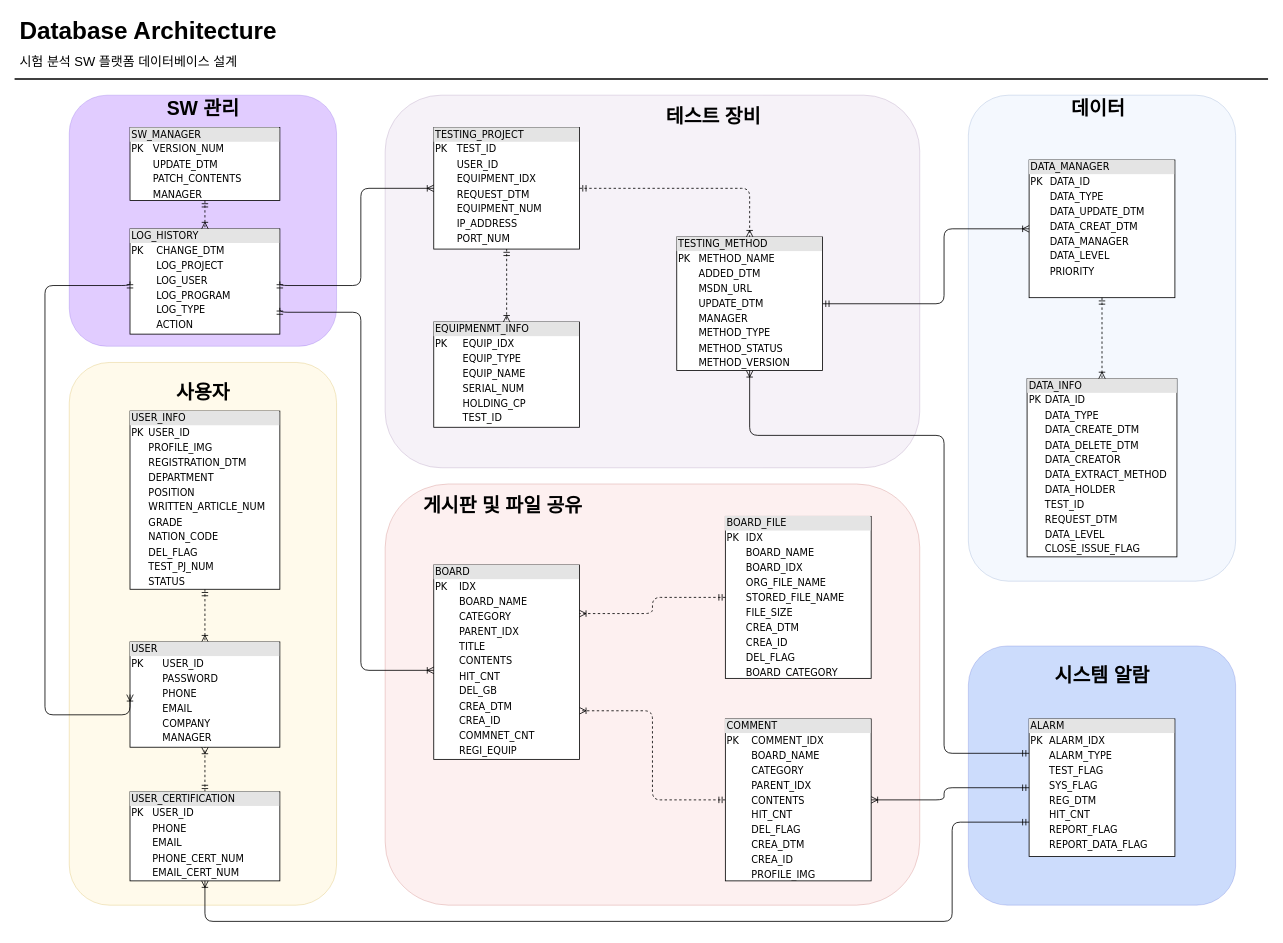
Before: DB_architecture.drawio in penzance-jshan/test, a draw.io diagram. Source tidied: cells renumbered, new cells numbered last; positions are measured from the earlier drawing's top-left corner, leaving out a move shared by most shapes. Both pictures are drawn from the tidied source at 81%, with x=0, y=0 at pixel (14, 14).
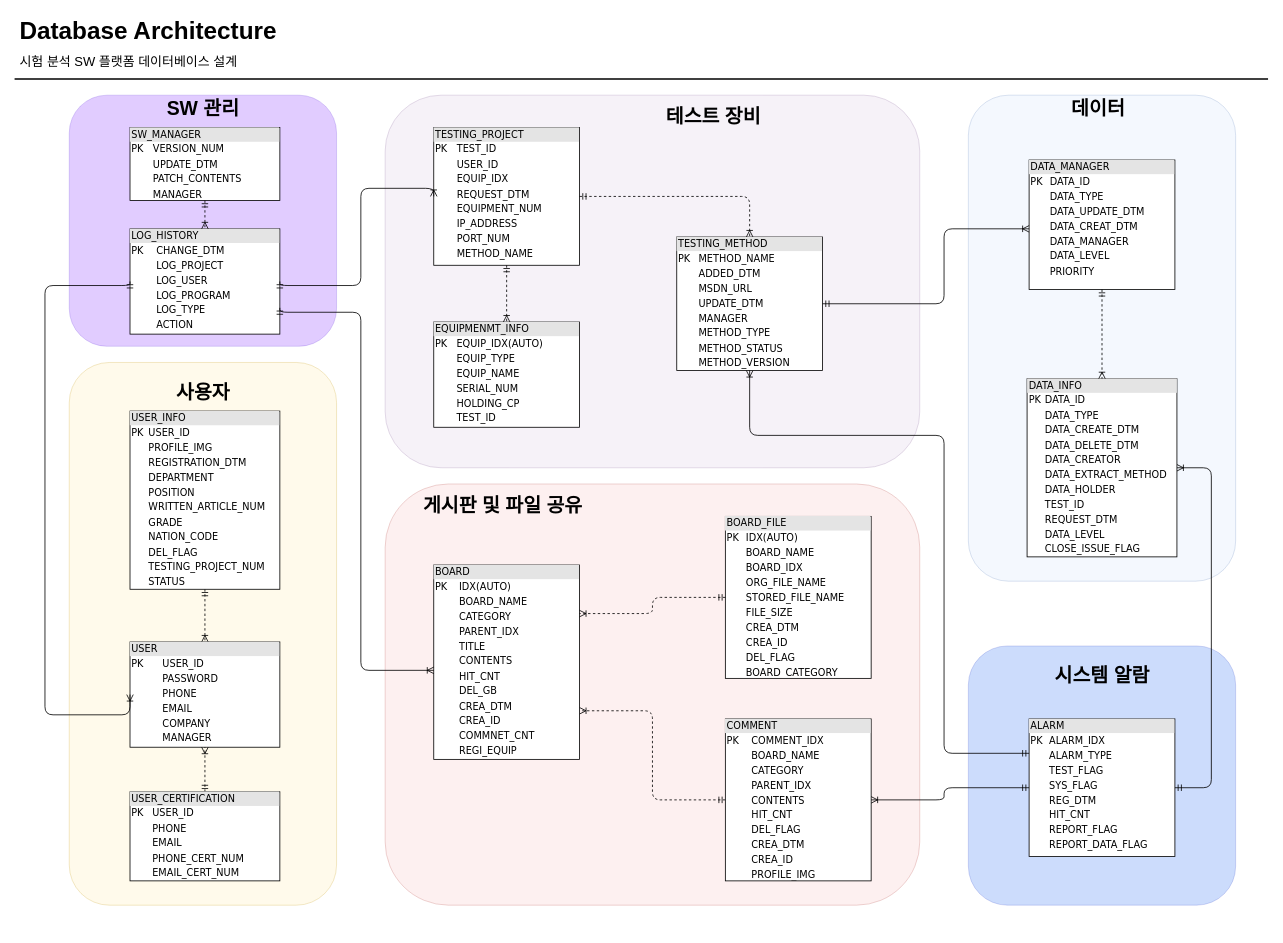
After the change.

The change refers to these unchanged cells:
```xml
<mxCell id="20" value="&lt;div style=&quot;box-sizing: border-box ; width: 100% ; background: #e4e4e4 ; padding: 2px&quot;&gt;USER_CERTIFICATION&lt;/div&gt;&lt;table style=&quot;width: 100% ; font-size: 1em&quot; cellpadding=&quot;2&quot; cellspacing=&quot;0&quot;&gt;&lt;tbody&gt;&lt;tr&gt;&lt;td&gt;PK&lt;/td&gt;&lt;td&gt;USER_ID&lt;/td&gt;&lt;/tr&gt;&lt;tr&gt;&lt;td&gt;&lt;br&gt;&lt;/td&gt;&lt;td&gt;PHONE&lt;/td&gt;&lt;/tr&gt;&lt;tr&gt;&lt;td&gt;&lt;br&gt;&lt;/td&gt;&lt;td&gt;EMAIL&lt;/td&gt;&lt;/tr&gt;&lt;tr&gt;&lt;td&gt;&lt;br&gt;&lt;/td&gt;&lt;td&gt;PHONE_CERT_NUM&lt;br&gt;&lt;/td&gt;&lt;/tr&gt;&lt;tr&gt;&lt;td&gt;&lt;br&gt;&lt;/td&gt;&lt;td&gt;EMAIL_CERT_NUM&lt;br&gt;&lt;/td&gt;&lt;/tr&gt;&lt;tr&gt;&lt;td&gt;&lt;/td&gt;&lt;td&gt;&lt;/td&gt;&lt;/tr&gt;&lt;/tbody&gt;&lt;/table&gt;" style="verticalAlign=top;align=left;overflow=fill;html=1;rounded=0;shadow=0;comic=0;labelBackgroundColor=none;strokeWidth=1;fontFamily=Verdana;fontSize=12;" parent="1" vertex="1">
  <mxGeometry x="143" y="960" width="185" height="110" as="geometry" />
</mxCell>
<mxCell id="40" value="&lt;div style=&quot;box-sizing: border-box ; width: 100% ; background: #e4e4e4 ; padding: 2px&quot;&gt;ALARM&lt;/div&gt;&lt;table style=&quot;width: 100% ; font-size: 1em&quot; cellpadding=&quot;2&quot; cellspacing=&quot;0&quot;&gt;&lt;tbody&gt;&lt;tr&gt;&lt;td&gt;PK&lt;/td&gt;&lt;td&gt;ALARM_IDX&lt;/td&gt;&lt;td&gt;&lt;br&gt;&lt;/td&gt;&lt;/tr&gt;&lt;tr&gt;&lt;td&gt;&lt;br&gt;&lt;/td&gt;&lt;td&gt;ALARM_TYPE&lt;br&gt;&lt;/td&gt;&lt;td&gt;&lt;br&gt;&lt;/td&gt;&lt;/tr&gt;&lt;tr&gt;&lt;td&gt;&lt;br&gt;&lt;/td&gt;&lt;td&gt;TEST_FLAG&lt;/td&gt;&lt;td&gt;&lt;br&gt;&lt;/td&gt;&lt;/tr&gt;&lt;tr&gt;&lt;td&gt;&lt;br&gt;&lt;/td&gt;&lt;td&gt;SYS_FLAG&lt;br&gt;&lt;/td&gt;&lt;td&gt;&lt;br&gt;&lt;/td&gt;&lt;/tr&gt;&lt;tr&gt;&lt;td&gt;&lt;br&gt;&lt;/td&gt;&lt;td&gt;REG_DTM&lt;br&gt;&lt;/td&gt;&lt;td&gt;&lt;br&gt;&lt;/td&gt;&lt;/tr&gt;&lt;tr&gt;&lt;td&gt;&lt;br&gt;&lt;/td&gt;&lt;td&gt;HIT_CNT&lt;br&gt;&lt;/td&gt;&lt;td&gt;&lt;br&gt;&lt;/td&gt;&lt;/tr&gt;&lt;tr&gt;&lt;td&gt;&lt;br&gt;&lt;/td&gt;&lt;td&gt;REPORT_FLAG&lt;br&gt;&lt;/td&gt;&lt;td&gt;&lt;br&gt;&lt;/td&gt;&lt;/tr&gt;&lt;tr&gt;&lt;td&gt;&lt;br&gt;&lt;/td&gt;&lt;td&gt;REPORT_DATA_FLAG&lt;br&gt;&lt;/td&gt;&lt;td&gt;&lt;br&gt;&lt;/td&gt;&lt;/tr&gt;&lt;/tbody&gt;&lt;/table&gt;" style="verticalAlign=top;align=left;overflow=fill;html=1;rounded=0;shadow=0;comic=0;labelBackgroundColor=none;strokeWidth=1;fontFamily=Verdana;fontSize=12;" parent="1" vertex="1">
  <mxGeometry x="1253" y="870" width="180" height="170" as="geometry" />
</mxCell>
<mxCell id="44" value="&lt;div style=&quot;box-sizing: border-box ; width: 100% ; background: #e4e4e4 ; padding: 2px&quot;&gt;DATA_INFO&lt;/div&gt;&lt;table style=&quot;width: 100% ; font-size: 1em&quot; cellpadding=&quot;2&quot; cellspacing=&quot;0&quot;&gt;&lt;tbody&gt;&lt;tr&gt;&lt;td&gt;PK&lt;/td&gt;&lt;td&gt;DATA_ID&lt;/td&gt;&lt;td&gt;&lt;br&gt;&lt;/td&gt;&lt;/tr&gt;&lt;tr&gt;&lt;td&gt;&lt;br&gt;&lt;/td&gt;&lt;td&gt;DATA_TYPE&lt;br&gt;&lt;/td&gt;&lt;td&gt;&lt;br&gt;&lt;/td&gt;&lt;/tr&gt;&lt;tr&gt;&lt;td&gt;&lt;br&gt;&lt;/td&gt;&lt;td&gt;DATA_CREATE_DTM&lt;/td&gt;&lt;td&gt;&lt;br&gt;&lt;/td&gt;&lt;/tr&gt;&lt;tr&gt;&lt;td&gt;&lt;br&gt;&lt;/td&gt;&lt;td&gt;DATA_DELETE_DTM&lt;br&gt;&lt;/td&gt;&lt;td&gt;&lt;br&gt;&lt;/td&gt;&lt;/tr&gt;&lt;tr&gt;&lt;td&gt;&lt;br&gt;&lt;/td&gt;&lt;td&gt;DATA_CREATOR&lt;br&gt;&lt;/td&gt;&lt;td&gt;&lt;br&gt;&lt;/td&gt;&lt;/tr&gt;&lt;tr&gt;&lt;td&gt;&lt;br&gt;&lt;/td&gt;&lt;td&gt;DATA_EXTRACT_METHOD&lt;br&gt;&lt;/td&gt;&lt;td&gt;&lt;br&gt;&lt;/td&gt;&lt;/tr&gt;&lt;tr&gt;&lt;td&gt;&lt;br&gt;&lt;/td&gt;&lt;td&gt;DATA_HOLDER&lt;br&gt;&lt;/td&gt;&lt;td&gt;&lt;br&gt;&lt;/td&gt;&lt;/tr&gt;&lt;tr&gt;&lt;td&gt;&lt;br&gt;&lt;/td&gt;&lt;td&gt;TEST_ID&lt;/td&gt;&lt;td&gt;&lt;br&gt;&lt;/td&gt;&lt;/tr&gt;&lt;tr&gt;&lt;td&gt;&lt;br&gt;&lt;/td&gt;&lt;td&gt;REQUEST_DTM&lt;/td&gt;&lt;td&gt;&lt;br&gt;&lt;/td&gt;&lt;/tr&gt;&lt;tr&gt;&lt;td&gt;&lt;br&gt;&lt;/td&gt;&lt;td&gt;DATA_LEVEL&lt;/td&gt;&lt;td&gt;&lt;/td&gt;&lt;/tr&gt;&lt;tr&gt;&lt;td&gt;&lt;br&gt;&lt;/td&gt;&lt;td&gt;CLOSE_ISSUE_FLAG&lt;/td&gt;&lt;td&gt;&lt;br&gt;&lt;/td&gt;&lt;/tr&gt;&lt;/tbody&gt;&lt;/table&gt;" style="verticalAlign=top;align=left;overflow=fill;html=1;rounded=0;shadow=0;comic=0;labelBackgroundColor=none;strokeWidth=1;fontFamily=Verdana;fontSize=12;" parent="1" vertex="1">
  <mxGeometry x="1250.5" y="450" width="185" height="220" as="geometry" />
</mxCell>
```

What changed in the source:
```diff
@@
-    <mxCell id="5" value="&lt;div style=&quot;box-sizing: border-box ; width: 100% ; background: #e4e4e4 ; padding: 2px&quot;&gt;TESTING_PROJECT&lt;/div&gt;&lt;table style=&quot;width: 100% ; font-size: 1em&quot; cellpadding=&quot;2&quot; cellspacing=&quot;0&quot;&gt;&lt;tbody&gt;&lt;tr&gt;&lt;td&gt;PK&lt;/td&gt;&lt;td&gt;TEST_ID&lt;/td&gt;&lt;/tr&gt;&lt;tr&gt;&lt;td&gt;&lt;br&gt;&lt;/td&gt;&lt;td&gt;USER_ID&lt;/td&gt;&lt;/tr&gt;&lt;tr&gt;&lt;td&gt;&lt;br&gt;&lt;/td&gt;&lt;td&gt;EQUIPMENT_IDX&lt;/td&gt;&lt;/tr&gt;&lt;tr&gt;&lt;td&gt;&lt;br&gt;&lt;/td&gt;&lt;td&gt;REQUEST_DTM&lt;br&gt;&lt;/td&gt;&lt;/tr&gt;&lt;tr&gt;&lt;td&gt;&lt;/td&gt;&lt;td&gt;EQUIPMENT_NUM&lt;br&gt;&lt;/td&gt;&lt;/tr&gt;&lt;tr&gt;&lt;td&gt;&lt;br&gt;&lt;/td&gt;&lt;td&gt;IP_ADDRESS&lt;br&gt;&lt;/td&gt;&lt;/tr&gt;&lt;tr&gt;&lt;td&gt;&lt;br&gt;&lt;/td&gt;&lt;td&gt;PORT_NUM&lt;br&gt;&lt;/td&gt;&lt;/tr&gt;&lt;/tbody&gt;&lt;/table&gt;" style="verticalAlign=top;align=left;overflow=fill;html=1;rounded=0;shadow=0;comic=0;labelBackgroundColor=none;strokeWidth=1;fontFamily=Verdana;fontSize=12;" parent="1" vertex="1">
-      <mxGeometry x="518" y="140" width="180" height="150" as="geometry" />
+    <mxCell id="5" value="&lt;div style=&quot;box-sizing: border-box ; width: 100% ; background: #e4e4e4 ; padding: 2px&quot;&gt;TESTING_PROJECT&lt;/div&gt;&lt;table style=&quot;width: 100% ; font-size: 1em&quot; cellpadding=&quot;2&quot; cellspacing=&quot;0&quot;&gt;&lt;tbody&gt;&lt;tr&gt;&lt;td&gt;PK&lt;/td&gt;&lt;td&gt;TEST_ID&lt;/td&gt;&lt;/tr&gt;&lt;tr&gt;&lt;td&gt;&lt;br&gt;&lt;/td&gt;&lt;td&gt;USER_ID&lt;/td&gt;&lt;/tr&gt;&lt;tr&gt;&lt;td&gt;&lt;br&gt;&lt;/td&gt;&lt;td&gt;EQUIP_IDX&lt;/td&gt;&lt;/tr&gt;&lt;tr&gt;&lt;td&gt;&lt;br&gt;&lt;/td&gt;&lt;td&gt;REQUEST_DTM&lt;br&gt;&lt;/td&gt;&lt;/tr&gt;&lt;tr&gt;&lt;td&gt;&lt;/td&gt;&lt;td&gt;EQUIPMENT_NUM&lt;br&gt;&lt;/td&gt;&lt;/tr&gt;&lt;tr&gt;&lt;td&gt;&lt;br&gt;&lt;/td&gt;&lt;td&gt;IP_ADDRESS&lt;br&gt;&lt;/td&gt;&lt;/tr&gt;&lt;tr&gt;&lt;td&gt;&lt;br&gt;&lt;/td&gt;&lt;td&gt;PORT_NUM&lt;br&gt;&lt;/td&gt;&lt;/tr&gt;&lt;tr&gt;&lt;td&gt;&lt;br&gt;&lt;/td&gt;&lt;td&gt;METHOD_NAME&lt;/td&gt;&lt;/tr&gt;&lt;/tbody&gt;&lt;/table&gt;" style="verticalAlign=top;align=left;overflow=fill;html=1;rounded=0;shadow=0;comic=0;labelBackgroundColor=none;strokeWidth=1;fontFamily=Verdana;fontSize=12;" parent="1" vertex="1">
+      <mxGeometry x="518" y="140" width="180" height="170" as="geometry" />
     </mxCell>
@@
-    <mxCell id="10" value="&lt;div style=&quot;box-sizing: border-box ; width: 100% ; background: #e4e4e4 ; padding: 2px&quot;&gt;EQUIPMENMT_INFO&lt;/div&gt;&lt;table style=&quot;width: 100% ; font-size: 1em&quot; cellpadding=&quot;2&quot; cellspacing=&quot;0&quot;&gt;&lt;tbody&gt;&lt;tr&gt;&lt;td&gt;PK&lt;/td&gt;&lt;td&gt;EQUIP_IDX&lt;/td&gt;&lt;/tr&gt;&lt;tr&gt;&lt;td&gt;&lt;br&gt;&lt;/td&gt;&lt;td&gt;EQUIP_TYPE&lt;/td&gt;&lt;/tr&gt;&lt;tr&gt;&lt;td&gt;&lt;/td&gt;&lt;td&gt;EQUIP_NAME&lt;/td&gt;&lt;/tr&gt;&lt;tr&gt;&lt;td&gt;&lt;br&gt;&lt;/td&gt;&lt;td&gt;SERIAL_NUM&lt;br&gt;&lt;/td&gt;&lt;/tr&gt;&lt;tr&gt;&lt;td&gt;&lt;br&gt;&lt;/td&gt;&lt;td&gt;HOLDING_CP&lt;br&gt;&lt;/td&gt;&lt;/tr&gt;&lt;tr&gt;&lt;td&gt;&lt;br&gt;&lt;/td&gt;&lt;td&gt;TEST_ID&lt;/td&gt;&lt;/tr&gt;&lt;/tbody&gt;&lt;/table&gt;" style="verticalAlign=top;align=left;overflow=fill;html=1;rounded=0;shadow=0;comic=0;labelBackgroundColor=none;strokeWidth=1;fontFamily=Verdana;fontSize=12;" parent="1" vertex="1">
+    <mxCell id="10" value="&lt;div style=&quot;box-sizing: border-box ; width: 100% ; background: #e4e4e4 ; padding: 2px&quot;&gt;EQUIPMENMT_INFO&lt;/div&gt;&lt;table style=&quot;width: 100% ; font-size: 1em&quot; cellpadding=&quot;2&quot; cellspacing=&quot;0&quot;&gt;&lt;tbody&gt;&lt;tr&gt;&lt;td&gt;PK&lt;/td&gt;&lt;td&gt;EQUIP_IDX(AUTO)&lt;/td&gt;&lt;/tr&gt;&lt;tr&gt;&lt;td&gt;&lt;br&gt;&lt;/td&gt;&lt;td&gt;EQUIP_TYPE&lt;/td&gt;&lt;/tr&gt;&lt;tr&gt;&lt;td&gt;&lt;/td&gt;&lt;td&gt;EQUIP_NAME&lt;/td&gt;&lt;/tr&gt;&lt;tr&gt;&lt;td&gt;&lt;br&gt;&lt;/td&gt;&lt;td&gt;SERIAL_NUM&lt;br&gt;&lt;/td&gt;&lt;/tr&gt;&lt;tr&gt;&lt;td&gt;&lt;br&gt;&lt;/td&gt;&lt;td&gt;HOLDING_CP&lt;br&gt;&lt;/td&gt;&lt;/tr&gt;&lt;tr&gt;&lt;td&gt;&lt;br&gt;&lt;/td&gt;&lt;td&gt;TEST_ID&lt;/td&gt;&lt;/tr&gt;&lt;/tbody&gt;&lt;/table&gt;" style="verticalAlign=top;align=left;overflow=fill;html=1;rounded=0;shadow=0;comic=0;labelBackgroundColor=none;strokeWidth=1;fontFamily=Verdana;fontSize=12;" parent="1" vertex="1">
       <mxGeometry x="518" y="380" width="180" height="130" as="geometry" />
     </mxCell>
@@
-    <mxCell id="12" value="&lt;div style=&quot;box-sizing: border-box ; width: 100% ; background: #e4e4e4 ; padding: 2px&quot;&gt;BOARD&lt;/div&gt;&lt;table style=&quot;width: 100% ; font-size: 1em&quot; cellpadding=&quot;2&quot; cellspacing=&quot;0&quot;&gt;&lt;tbody&gt;&lt;tr&gt;&lt;td&gt;PK&lt;/td&gt;&lt;td&gt;IDX&lt;/td&gt;&lt;/tr&gt;&lt;tr&gt;&lt;td&gt;&lt;br&gt;&lt;/td&gt;&lt;td&gt;BOARD_NAME&lt;/td&gt;&lt;/tr&gt;&lt;tr&gt;&lt;td&gt;&lt;br&gt;&lt;/td&gt;&lt;td&gt;CATEGORY&lt;/td&gt;&lt;/tr&gt;&lt;tr&gt;&lt;td&gt;&lt;br&gt;&lt;/td&gt;&lt;td&gt;PARENT_IDX&lt;br&gt;&lt;/td&gt;&lt;/tr&gt;&lt;tr&gt;&lt;td&gt;&lt;br&gt;&lt;/td&gt;&lt;td&gt;TITLE&lt;br&gt;&lt;/td&gt;&lt;/tr&gt;&lt;tr&gt;&lt;td&gt;&lt;br&gt;&lt;/td&gt;&lt;td&gt;CONTENTS&lt;br&gt;&lt;/td&gt;&lt;/tr&gt;&lt;tr&gt;&lt;td&gt;&lt;br&gt;&lt;/td&gt;&lt;td&gt;HIT_CNT&lt;br&gt;&lt;/td&gt;&lt;/tr&gt;&lt;tr&gt;&lt;td&gt;&lt;br&gt;&lt;/td&gt;&lt;td&gt;DEL_GB&lt;/td&gt;&lt;/tr&gt;&lt;tr&gt;&lt;td&gt;&lt;br&gt;&lt;/td&gt;&lt;td&gt;CREA_DTM&lt;br&gt;&lt;/td&gt;&lt;/tr&gt;&lt;tr&gt;&lt;td&gt;&lt;br&gt;&lt;/td&gt;&lt;td&gt;CREA_ID&lt;br&gt;&lt;/td&gt;&lt;/tr&gt;&lt;tr&gt;&lt;td&gt;&lt;br&gt;&lt;/td&gt;&lt;td&gt;COMMNET_CNT&lt;br&gt;&lt;/td&gt;&lt;/tr&gt;&lt;tr&gt;&lt;td&gt;&lt;br&gt;&lt;/td&gt;&lt;td&gt;REGI_EQUIP&lt;br&gt;&lt;/td&gt;&lt;/tr&gt;&lt;/tbody&gt;&lt;/table&gt;" style="verticalAlign=top;align=left;overflow=fill;html=1;rounded=0;shadow=0;comic=0;labelBackgroundColor=none;strokeWidth=1;fontFamily=Verdana;fontSize=12;" parent="1" vertex="1">
+    <mxCell id="12" value="&lt;div style=&quot;box-sizing: border-box ; width: 100% ; background: #e4e4e4 ; padding: 2px&quot;&gt;BOARD&lt;/div&gt;&lt;table style=&quot;width: 100% ; font-size: 1em&quot; cellpadding=&quot;2&quot; cellspacing=&quot;0&quot;&gt;&lt;tbody&gt;&lt;tr&gt;&lt;td&gt;PK&lt;/td&gt;&lt;td&gt;IDX(AUTO)&lt;/td&gt;&lt;/tr&gt;&lt;tr&gt;&lt;td&gt;&lt;br&gt;&lt;/td&gt;&lt;td&gt;BOARD_NAME&lt;/td&gt;&lt;/tr&gt;&lt;tr&gt;&lt;td&gt;&lt;br&gt;&lt;/td&gt;&lt;td&gt;CATEGORY&lt;/td&gt;&lt;/tr&gt;&lt;tr&gt;&lt;td&gt;&lt;br&gt;&lt;/td&gt;&lt;td&gt;PARENT_IDX&lt;br&gt;&lt;/td&gt;&lt;/tr&gt;&lt;tr&gt;&lt;td&gt;&lt;br&gt;&lt;/td&gt;&lt;td&gt;TITLE&lt;br&gt;&lt;/td&gt;&lt;/tr&gt;&lt;tr&gt;&lt;td&gt;&lt;br&gt;&lt;/td&gt;&lt;td&gt;CONTENTS&lt;br&gt;&lt;/td&gt;&lt;/tr&gt;&lt;tr&gt;&lt;td&gt;&lt;br&gt;&lt;/td&gt;&lt;td&gt;HIT_CNT&lt;br&gt;&lt;/td&gt;&lt;/tr&gt;&lt;tr&gt;&lt;td&gt;&lt;br&gt;&lt;/td&gt;&lt;td&gt;DEL_GB&lt;/td&gt;&lt;/tr&gt;&lt;tr&gt;&lt;td&gt;&lt;br&gt;&lt;/td&gt;&lt;td&gt;CREA_DTM&lt;br&gt;&lt;/td&gt;&lt;/tr&gt;&lt;tr&gt;&lt;td&gt;&lt;br&gt;&lt;/td&gt;&lt;td&gt;CREA_ID&lt;br&gt;&lt;/td&gt;&lt;/tr&gt;&lt;tr&gt;&lt;td&gt;&lt;br&gt;&lt;/td&gt;&lt;td&gt;COMMNET_CNT&lt;br&gt;&lt;/td&gt;&lt;/tr&gt;&lt;tr&gt;&lt;td&gt;&lt;br&gt;&lt;/td&gt;&lt;td&gt;REGI_EQUIP&lt;br&gt;&lt;/td&gt;&lt;/tr&gt;&lt;/tbody&gt;&lt;/table&gt;" style="verticalAlign=top;align=left;overflow=fill;html=1;rounded=0;shadow=0;comic=0;labelBackgroundColor=none;strokeWidth=1;fontFamily=Verdana;fontSize=12;" parent="1" vertex="1">
       <mxGeometry x="518" y="680" width="180" height="240" as="geometry" />
     </mxCell>
@@
-    <mxCell id="16" value="&lt;div style=&quot;box-sizing: border-box ; width: 100% ; background: #e4e4e4 ; padding: 2px&quot;&gt;USER_INFO&lt;br&gt;&lt;/div&gt;&lt;table style=&quot;width: 100% ; font-size: 1em&quot; cellpadding=&quot;2&quot; cellspacing=&quot;0&quot;&gt;&lt;tbody&gt;&lt;tr&gt;&lt;td&gt;PK&lt;/td&gt;&lt;td&gt;USER_ID&lt;/td&gt;&lt;/tr&gt;&lt;tr&gt;&lt;td&gt;&lt;br&gt;&lt;/td&gt;&lt;td&gt;PROFILE_IMG&lt;/td&gt;&lt;/tr&gt;&lt;tr&gt;&lt;td&gt;&lt;br&gt;&lt;/td&gt;&lt;td&gt;REGISTRATION_DTM&lt;/td&gt;&lt;/tr&gt;&lt;tr&gt;&lt;td&gt;&lt;br&gt;&lt;/td&gt;&lt;td&gt;DEPARTMENT&lt;/td&gt;&lt;/tr&gt;&lt;tr&gt;&lt;td&gt;&lt;br&gt;&lt;/td&gt;&lt;td&gt;POSITION&lt;br&gt;&lt;/td&gt;&lt;/tr&gt;&lt;tr&gt;&lt;td&gt;&lt;br&gt;&lt;/td&gt;&lt;td&gt;WRITTEN_ARTICLE_NUM&lt;br&gt;&lt;/td&gt;&lt;/tr&gt;&lt;tr&gt;&lt;td&gt;&lt;br&gt;&lt;/td&gt;&lt;td&gt;GRADE&lt;br&gt;&lt;/td&gt;&lt;/tr&gt;&lt;tr&gt;&lt;td&gt;&lt;br&gt;&lt;/td&gt;&lt;td&gt;NATION_CODE&lt;/td&gt;&lt;/tr&gt;&lt;tr&gt;&lt;td&gt;&lt;br&gt;&lt;/td&gt;&lt;td&gt;DEL_FLAG&lt;/td&gt;&lt;/tr&gt;&lt;tr&gt;&lt;td&gt;&lt;br&gt;&lt;/td&gt;&lt;td&gt;TEST_PJ_NUM&lt;/td&gt;&lt;/tr&gt;&lt;tr&gt;&lt;td&gt;&lt;br&gt;&lt;/td&gt;&lt;td&gt;STATUS&lt;/td&gt;&lt;/tr&gt;&lt;tr&gt;&lt;td&gt;&lt;br&gt;&lt;/td&gt;&lt;td&gt;&lt;br&gt;&lt;/td&gt;&lt;/tr&gt;&lt;tr&gt;&lt;td&gt;&lt;br&gt;&lt;/td&gt;&lt;td&gt;&lt;br&gt;&lt;/td&gt;&lt;/tr&gt;&lt;tr&gt;&lt;td&gt;&lt;br&gt;&lt;/td&gt;&lt;td&gt;&lt;br&gt;&lt;/td&gt;&lt;/tr&gt;&lt;tr&gt;&lt;td&gt;&lt;br&gt;&lt;/td&gt;&lt;td&gt;&lt;br&gt;&lt;/td&gt;&lt;/tr&gt;&lt;tr&gt;&lt;td&gt;&lt;br&gt;&lt;/td&gt;&lt;td&gt;&lt;br&gt;&lt;/td&gt;&lt;/tr&gt;&lt;/tbody&gt;&lt;/table&gt;" style="verticalAlign=top;align=left;overflow=fill;html=1;rounded=0;shadow=0;comic=0;labelBackgroundColor=none;strokeWidth=1;fontFamily=Verdana;fontSize=12;" parent="1" vertex="1">
+    <mxCell id="16" value="&lt;div style=&quot;box-sizing: border-box ; width: 100% ; background: #e4e4e4 ; padding: 2px&quot;&gt;USER_INFO&lt;br&gt;&lt;/div&gt;&lt;table style=&quot;width: 100% ; font-size: 1em&quot; cellpadding=&quot;2&quot; cellspacing=&quot;0&quot;&gt;&lt;tbody&gt;&lt;tr&gt;&lt;td&gt;PK&lt;/td&gt;&lt;td&gt;USER_ID&lt;/td&gt;&lt;/tr&gt;&lt;tr&gt;&lt;td&gt;&lt;br&gt;&lt;/td&gt;&lt;td&gt;PROFILE_IMG&lt;/td&gt;&lt;/tr&gt;&lt;tr&gt;&lt;td&gt;&lt;br&gt;&lt;/td&gt;&lt;td&gt;REGISTRATION_DTM&lt;/td&gt;&lt;/tr&gt;&lt;tr&gt;&lt;td&gt;&lt;br&gt;&lt;/td&gt;&lt;td&gt;DEPARTMENT&lt;/td&gt;&lt;/tr&gt;&lt;tr&gt;&lt;td&gt;&lt;br&gt;&lt;/td&gt;&lt;td&gt;POSITION&lt;br&gt;&lt;/td&gt;&lt;/tr&gt;&lt;tr&gt;&lt;td&gt;&lt;br&gt;&lt;/td&gt;&lt;td&gt;WRITTEN_ARTICLE_NUM&lt;br&gt;&lt;/td&gt;&lt;/tr&gt;&lt;tr&gt;&lt;td&gt;&lt;br&gt;&lt;/td&gt;&lt;td&gt;GRADE&lt;br&gt;&lt;/td&gt;&lt;/tr&gt;&lt;tr&gt;&lt;td&gt;&lt;br&gt;&lt;/td&gt;&lt;td&gt;NATION_CODE&lt;/td&gt;&lt;/tr&gt;&lt;tr&gt;&lt;td&gt;&lt;br&gt;&lt;/td&gt;&lt;td&gt;DEL_FLAG&lt;/td&gt;&lt;/tr&gt;&lt;tr&gt;&lt;td&gt;&lt;br&gt;&lt;/td&gt;&lt;td&gt;TESTING_PROJECT_NUM&lt;/td&gt;&lt;/tr&gt;&lt;tr&gt;&lt;td&gt;&lt;br&gt;&lt;/td&gt;&lt;td&gt;STATUS&lt;/td&gt;&lt;/tr&gt;&lt;tr&gt;&lt;td&gt;&lt;br&gt;&lt;/td&gt;&lt;td&gt;&lt;br&gt;&lt;/td&gt;&lt;/tr&gt;&lt;tr&gt;&lt;td&gt;&lt;br&gt;&lt;/td&gt;&lt;td&gt;&lt;br&gt;&lt;/td&gt;&lt;/tr&gt;&lt;tr&gt;&lt;td&gt;&lt;br&gt;&lt;/td&gt;&lt;td&gt;&lt;br&gt;&lt;/td&gt;&lt;/tr&gt;&lt;tr&gt;&lt;td&gt;&lt;br&gt;&lt;/td&gt;&lt;td&gt;&lt;br&gt;&lt;/td&gt;&lt;/tr&gt;&lt;tr&gt;&lt;td&gt;&lt;br&gt;&lt;/td&gt;&lt;td&gt;&lt;br&gt;&lt;/td&gt;&lt;/tr&gt;&lt;/tbody&gt;&lt;/table&gt;" style="verticalAlign=top;align=left;overflow=fill;html=1;rounded=0;shadow=0;comic=0;labelBackgroundColor=none;strokeWidth=1;fontFamily=Verdana;fontSize=12;" parent="1" vertex="1">
       <mxGeometry x="143" y="490" width="185" height="220" as="geometry" />
     </mxCell>
-    <mxCell id="17" value="&lt;div style=&quot;box-sizing: border-box ; width: 100% ; background: #e4e4e4 ; padding: 2px&quot;&gt;BOARD_FILE&lt;/div&gt;&lt;table style=&quot;width: 100% ; font-size: 1em&quot; cellpadding=&quot;2&quot; cellspacing=&quot;0&quot;&gt;&lt;tbody&gt;&lt;tr&gt;&lt;td&gt;PK&lt;/td&gt;&lt;td&gt;IDX&lt;/td&gt;&lt;/tr&gt;&lt;tr&gt;&lt;td&gt;&lt;/td&gt;&lt;td&gt;BOARD_NAME&lt;/td&gt;&lt;/tr&gt;&lt;tr&gt;&lt;td&gt;&lt;br&gt;&lt;/td&gt;&lt;td&gt;BOARD_IDX&lt;/td&gt;&lt;/tr&gt;&lt;tr&gt;&lt;td&gt;&lt;br&gt;&lt;/td&gt;&lt;td&gt;ORG_FILE_NAME&lt;br&gt;&lt;/td&gt;&lt;/tr&gt;&lt;tr&gt;&lt;td&gt;&lt;br&gt;&lt;/td&gt;&lt;td&gt;STORED_FILE_NAME&lt;br&gt;&lt;/td&gt;&lt;/tr&gt;&lt;tr&gt;&lt;td&gt;&lt;br&gt;&lt;/td&gt;&lt;td&gt;FILE_SIZE&lt;br&gt;&lt;/td&gt;&lt;/tr&gt;&lt;tr&gt;&lt;td&gt;&lt;br&gt;&lt;/td&gt;&lt;td&gt;CREA_DTM&lt;br&gt;&lt;/td&gt;&lt;/tr&gt;&lt;tr&gt;&lt;td&gt;&lt;br&gt;&lt;/td&gt;&lt;td&gt;CREA_ID&lt;/td&gt;&lt;/tr&gt;&lt;tr&gt;&lt;td&gt;&lt;br&gt;&lt;/td&gt;&lt;td&gt;DEL_FLAG&lt;br&gt;&lt;/td&gt;&lt;/tr&gt;&lt;tr&gt;&lt;td&gt;&lt;br&gt;&lt;/td&gt;&lt;td&gt;BOARD_CATEGORY&lt;/td&gt;&lt;/tr&gt;&lt;/tbody&gt;&lt;/table&gt;" style="verticalAlign=top;align=left;overflow=fill;html=1;rounded=0;shadow=0;comic=0;labelBackgroundColor=none;strokeWidth=1;fontFamily=Verdana;fontSize=12;" parent="1" vertex="1">
+    <mxCell id="17" value="&lt;div style=&quot;box-sizing: border-box ; width: 100% ; background: #e4e4e4 ; padding: 2px&quot;&gt;BOARD_FILE&lt;/div&gt;&lt;table style=&quot;width: 100% ; font-size: 1em&quot; cellpadding=&quot;2&quot; cellspacing=&quot;0&quot;&gt;&lt;tbody&gt;&lt;tr&gt;&lt;td&gt;PK&lt;/td&gt;&lt;td&gt;IDX(AUTO)&lt;/td&gt;&lt;/tr&gt;&lt;tr&gt;&lt;td&gt;&lt;/td&gt;&lt;td&gt;BOARD_NAME&lt;/td&gt;&lt;/tr&gt;&lt;tr&gt;&lt;td&gt;&lt;br&gt;&lt;/td&gt;&lt;td&gt;BOARD_IDX&lt;/td&gt;&lt;/tr&gt;&lt;tr&gt;&lt;td&gt;&lt;br&gt;&lt;/td&gt;&lt;td&gt;ORG_FILE_NAME&lt;br&gt;&lt;/td&gt;&lt;/tr&gt;&lt;tr&gt;&lt;td&gt;&lt;br&gt;&lt;/td&gt;&lt;td&gt;STORED_FILE_NAME&lt;br&gt;&lt;/td&gt;&lt;/tr&gt;&lt;tr&gt;&lt;td&gt;&lt;br&gt;&lt;/td&gt;&lt;td&gt;FILE_SIZE&lt;br&gt;&lt;/td&gt;&lt;/tr&gt;&lt;tr&gt;&lt;td&gt;&lt;br&gt;&lt;/td&gt;&lt;td&gt;CREA_DTM&lt;br&gt;&lt;/td&gt;&lt;/tr&gt;&lt;tr&gt;&lt;td&gt;&lt;br&gt;&lt;/td&gt;&lt;td&gt;CREA_ID&lt;/td&gt;&lt;/tr&gt;&lt;tr&gt;&lt;td&gt;&lt;br&gt;&lt;/td&gt;&lt;td&gt;DEL_FLAG&lt;br&gt;&lt;/td&gt;&lt;/tr&gt;&lt;tr&gt;&lt;td&gt;&lt;br&gt;&lt;/td&gt;&lt;td&gt;BOARD_CATEGORY&lt;/td&gt;&lt;/tr&gt;&lt;/tbody&gt;&lt;/table&gt;" style="verticalAlign=top;align=left;overflow=fill;html=1;rounded=0;shadow=0;comic=0;labelBackgroundColor=none;strokeWidth=1;fontFamily=Verdana;fontSize=12;" parent="1" vertex="1">
       <mxGeometry x="878" y="620" width="180" height="200" as="geometry" />
     </mxCell>
@@
     <mxCell id="26" value="&lt;div style=&quot;box-sizing: border-box ; width: 100% ; background: #e4e4e4 ; padding: 2px&quot;&gt;DATA_MANAGER&lt;/div&gt;&lt;table style=&quot;width: 100% ; font-size: 1em&quot; cellpadding=&quot;2&quot; cellspacing=&quot;0&quot;&gt;&lt;tbody&gt;&lt;tr&gt;&lt;td&gt;PK&lt;/td&gt;&lt;td&gt;DATA_ID&lt;/td&gt;&lt;td&gt;&lt;br&gt;&lt;/td&gt;&lt;/tr&gt;&lt;tr&gt;&lt;td&gt;&lt;br&gt;&lt;/td&gt;&lt;td&gt;DATA_TYPE&lt;br&gt;&lt;/td&gt;&lt;td&gt;&lt;br&gt;&lt;/td&gt;&lt;/tr&gt;&lt;tr&gt;&lt;td&gt;&lt;br&gt;&lt;/td&gt;&lt;td&gt;DATA_UPDATE_DTM&lt;/td&gt;&lt;td&gt;&lt;br&gt;&lt;/td&gt;&lt;/tr&gt;&lt;tr&gt;&lt;td&gt;&lt;br&gt;&lt;/td&gt;&lt;td&gt;DATA_CREAT_DTM&lt;br&gt;&lt;/td&gt;&lt;td&gt;&lt;br&gt;&lt;/td&gt;&lt;/tr&gt;&lt;tr&gt;&lt;td&gt;&lt;br&gt;&lt;/td&gt;&lt;td&gt;DATA_MANAGER&lt;br&gt;&lt;/td&gt;&lt;td&gt;&lt;br&gt;&lt;/td&gt;&lt;/tr&gt;&lt;tr&gt;&lt;td&gt;&lt;br&gt;&lt;/td&gt;&lt;td&gt;DATA_LEVEL&lt;/td&gt;&lt;td&gt;&lt;/td&gt;&lt;/tr&gt;&lt;tr&gt;&lt;td&gt;&lt;br&gt;&lt;/td&gt;&lt;td&gt;PRIORITY&lt;/td&gt;&lt;td&gt;&lt;br&gt;&lt;/td&gt;&lt;/tr&gt;&lt;/tbody&gt;&lt;/table&gt;" style="verticalAlign=top;align=left;overflow=fill;html=1;rounded=0;shadow=0;comic=0;labelBackgroundColor=none;strokeWidth=1;fontFamily=Verdana;fontSize=12;" parent="1" vertex="1">
-      <mxGeometry x="1253" y="180" width="180" height="170" as="geometry" />
+      <mxGeometry x="1253" y="180" width="180" height="160" as="geometry" />
     </mxCell>
@@
-    <mxCell id="42" style="edgeStyle=orthogonalEdgeStyle;html=1;entryX=0.5;entryY=1;labelBackgroundColor=none;startArrow=ERmandOne;endArrow=ERoneToMany;fontFamily=Verdana;fontSize=12;align=left;exitX=0;exitY=0.75;exitDx=0;exitDy=0;entryDx=0;entryDy=0;" parent="1" edge="1" source="40" target="20">
+    <mxCell id="42" style="edgeStyle=orthogonalEdgeStyle;html=1;labelBackgroundColor=none;startArrow=ERmandOne;endArrow=ERoneToMany;fontFamily=Verdana;fontSize=12;align=left;exitX=1;exitY=0.5;exitDx=0;exitDy=0;entryX=1;entryY=0.5;entryDx=0;entryDy=0;" parent="1" edge="1" source="40" target="44">
       <mxGeometry relative="1" as="geometry">
         <Array as="points">
-          <mxPoint x="1158" y="998" />
-          <mxPoint x="1158" y="1120" />
-          <mxPoint x="235" y="1120" />
+          <mxPoint x="1478" y="955" />
+          <mxPoint x="1478" y="560" />
         </Array>
       </mxGeometry>
     </mxCell>
```
